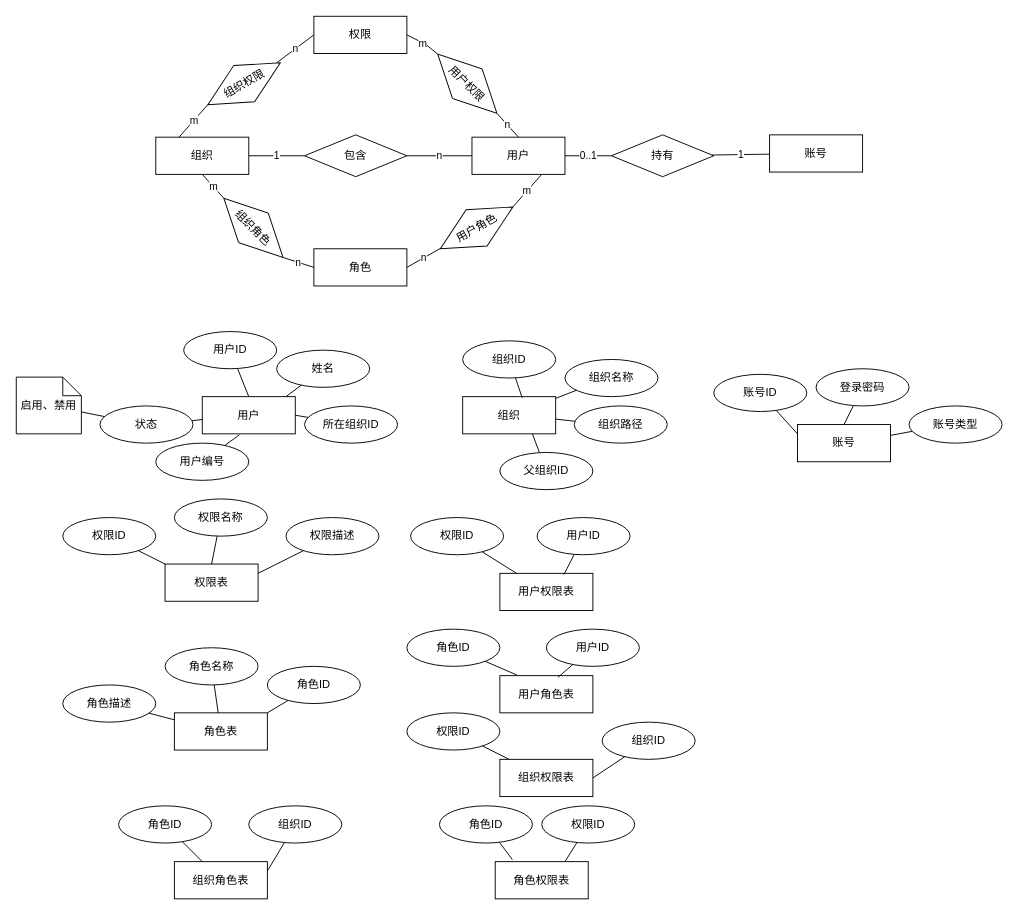
FdfGithub/drawio keeps this draw.io diagram as page "用户服务" (2 of 5) of 毕设管理系统/ER模型图.drawio. Above is the earlier version. Source tidied: cells renumbered, new cells numbered last; positions are measured from the earlier drawing's top-left corner, leaving out a move shared by most shapes. Both pictures are drawn from the tidied source at 93%, with x=0, y=0 at pixel (16, 16).
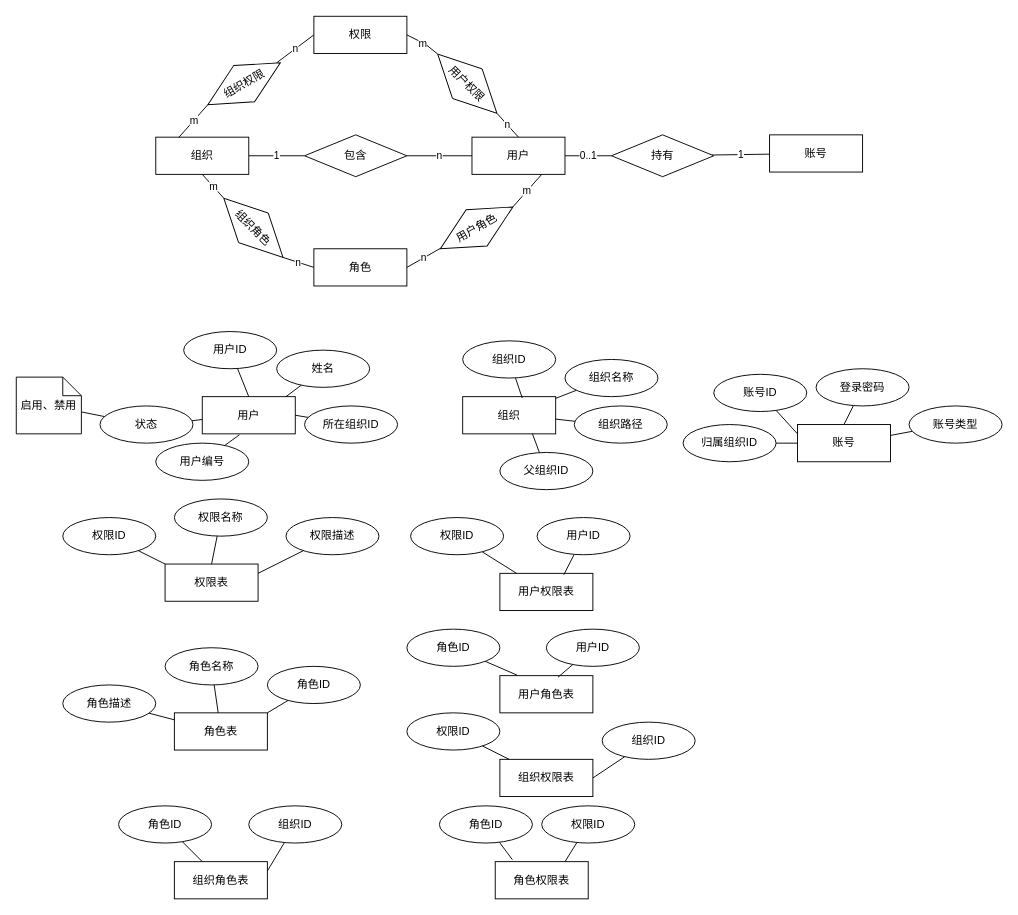
The same diagram, later.

Commit message:
更新ER模型图.drawio

Unchanged cells that the change refers to:
```xml
<mxCell id="86" value="账号" style="whiteSpace=wrap;html=1;align=center;" parent="1" vertex="1">
  <mxGeometry x="840" y="439" width="100" height="40" as="geometry" />
</mxCell>
```

Change to the diagram source:
```diff
@@
+    <mxCell id="93" style="edgeStyle=none;rounded=0;jettySize=auto;html=1;entryX=0;entryY=0.5;entryDx=0;entryDy=0;endArrow=none;endFill=0;" parent="1" edge="1" source="94" target="86">
+      <mxGeometry relative="1" as="geometry" />
+    </mxCell>
+    <mxCell id="94" value="归属组织ID" style="ellipse;whiteSpace=wrap;html=1;align=center;" parent="1" vertex="1">
+      <mxGeometry x="717" y="439" width="100" height="40" as="geometry" />
+    </mxCell>
```
